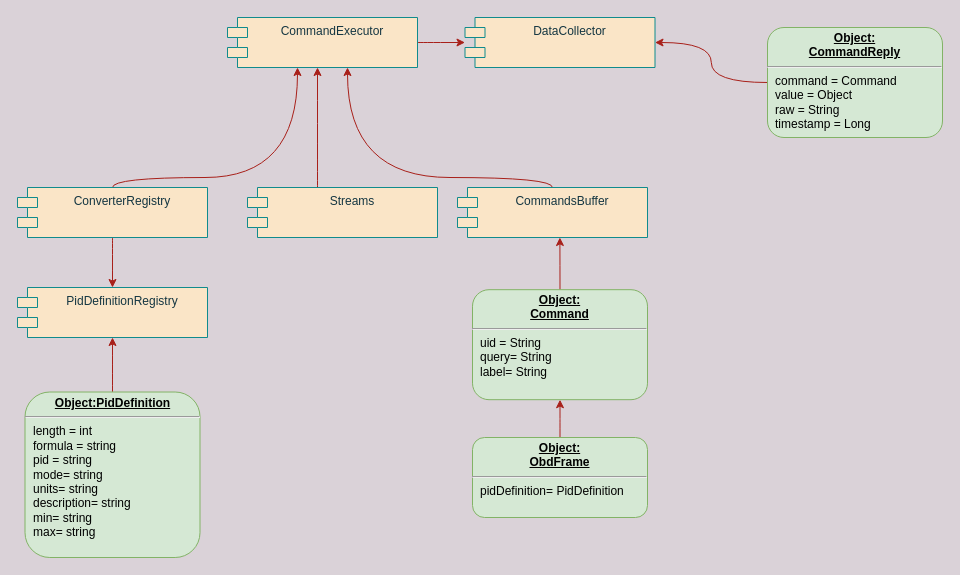
Earlier version of the draw.io diagram src/main/resources/design.drawio (tzebrowski/ObdMetrics). Source tidied: cells renumbered, new cells numbered last; positions are measured from the earlier drawing's top-left corner, leaving out a move shared by most shapes. Both pictures are drawn from the tidied source at 100%, with x=0, y=0 at pixel (17, 17).
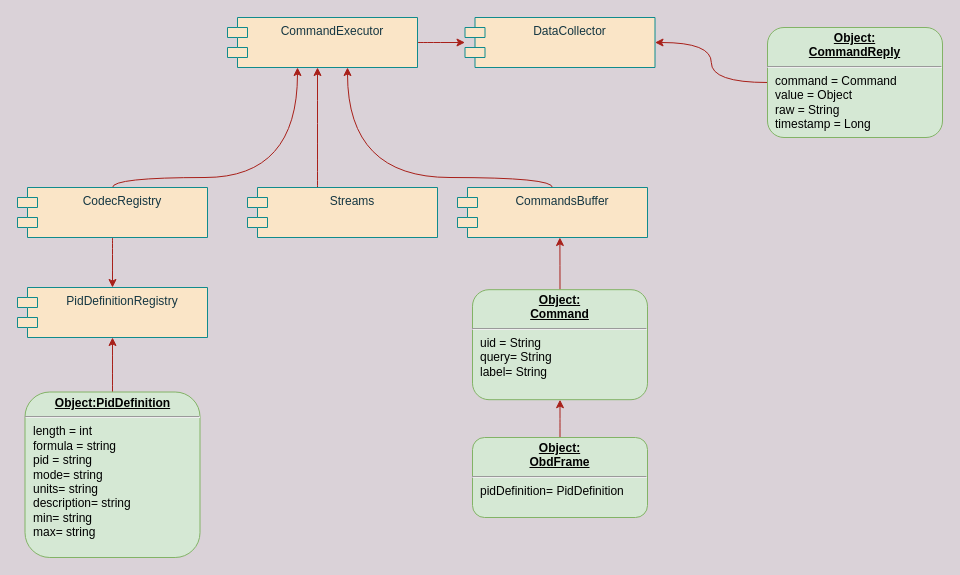
After the change.

What changed in the source:
```diff
@@
-    <mxCell id="6" value="ConverterRegistry" style="shape=module;align=left;spacingLeft=20;align=center;verticalAlign=top;fillColor=#FAE5C7;strokeColor=#0F8B8D;fontColor=#143642;rounded=1;" parent="1" vertex="1">
+    <mxCell id="6" value="CodecRegistry" style="shape=module;align=left;spacingLeft=20;align=center;verticalAlign=top;fillColor=#FAE5C7;strokeColor=#0F8B8D;fontColor=#143642;rounded=1;" parent="1" vertex="1">
       <mxGeometry y="170" width="190" height="50" as="geometry" />
     </mxCell>
```
